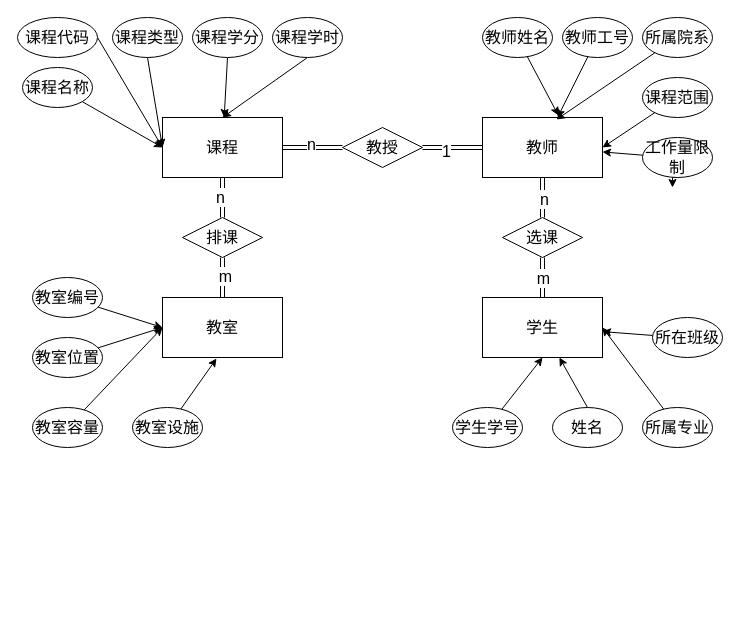
Before: 排课系统er图.drawio in runoob09/drawio, a draw.io diagram. Source tidied: cells renumbered, new cells numbered last; positions are measured from the earlier drawing's top-left corner, leaving out a move shared by most shapes. Both pictures are drawn from the tidied source at 100%, with x=0, y=0 at pixel (17, 17).
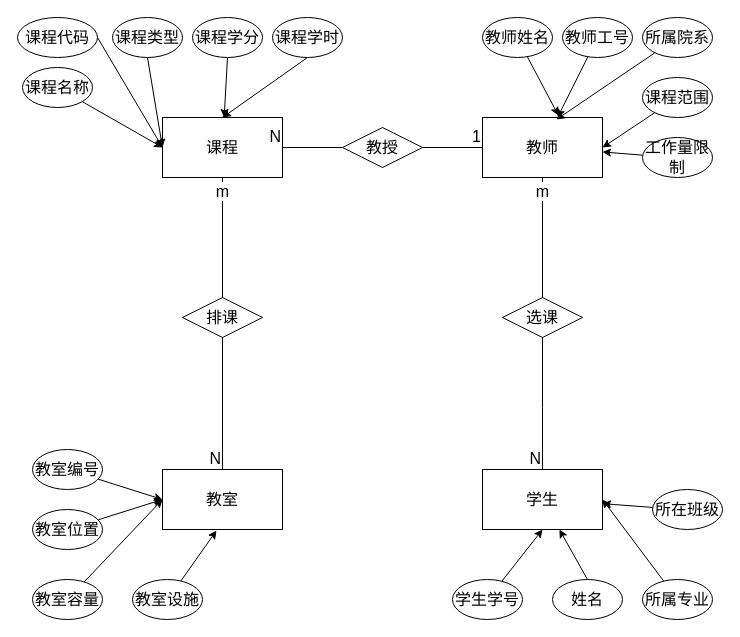
Above is the later version.

Commit message (it also covers changes not shown here):
更新排课系统er图.drawio

Unchanged cells that the change refers to:
```xml
<mxCell id="4" value="课程" style="rounded=0;whiteSpace=wrap;html=1;fontSize=16;" parent="1" vertex="1">
  <mxGeometry x="145" y="100" width="120" height="60" as="geometry" />
</mxCell>
<mxCell id="5" value="教师" style="rounded=0;whiteSpace=wrap;html=1;fontSize=16;" parent="1" vertex="1">
  <mxGeometry x="465" y="100" width="120" height="60" as="geometry" />
</mxCell>
<mxCell id="28" value="工作量限制" style="ellipse;whiteSpace=wrap;html=1;fontSize=16;" parent="1" vertex="1">
  <mxGeometry x="625" y="120" width="70" height="40" as="geometry" />
</mxCell>
```

Change to the diagram source:
```diff
@@
-    <mxCell id="2" style="edgeStyle=orthogonalEdgeStyle;rounded=0;jettySize=auto;html=1;exitX=0.5;exitY=1;exitDx=0;exitDy=0;entryX=0.5;entryY=0;entryDx=0;entryDy=0;shape=link;fontSize=16;" parent="1" edge="1" source="4" target="51">
-      <mxGeometry relative="1" as="geometry" />
-    </mxCell>
-    <mxCell id="3" value="n" style="edgeLabel;html=1;align=center;verticalAlign=middle;fontSize=16;" parent="2" vertex="1">
-      <mxGeometry x="-0.05" y="-3" relative="1" as="geometry" />
-    </mxCell>
@@
     <mxCell id="6" value="教室" style="rounded=0;whiteSpace=wrap;html=1;fontSize=16;" parent="1" vertex="1">
-      <mxGeometry x="145" y="280" width="120" height="60" as="geometry" />
+      <mxGeometry x="145" y="452" width="120" height="60" as="geometry" />
     </mxCell>
     <mxCell id="7" value="学生" style="rounded=0;whiteSpace=wrap;html=1;fontSize=16;" parent="1" vertex="1">
-      <mxGeometry x="465" y="280" width="120" height="60" as="geometry" />
+      <mxGeometry x="465" y="452" width="120" height="60" as="geometry" />
     </mxCell>
@@
-    <mxCell id="27" style="edgeStyle=orthogonalEdgeStyle;rounded=0;jettySize=auto;html=1;exitX=0.5;exitY=1;exitDx=0;exitDy=0;fontSize=16;" parent="1" edge="1" source="28">
-      <mxGeometry relative="1" as="geometry">
-        <mxPoint x="655" y="170" as="targetPoint" />
-      </mxGeometry>
-    </mxCell>
@@
     <mxCell id="30" value="学生学号" style="ellipse;whiteSpace=wrap;html=1;fontSize=16;" parent="1" vertex="1">
-      <mxGeometry x="435" y="390" width="70" height="40" as="geometry" />
+      <mxGeometry x="435" y="562" width="70" height="40" as="geometry" />
     </mxCell>
     <mxCell id="31" value="教室设施" style="ellipse;whiteSpace=wrap;html=1;fontSize=16;" parent="1" vertex="1">
-      <mxGeometry x="115" y="390" width="70" height="40" as="geometry" />
+      <mxGeometry x="115" y="562" width="70" height="40" as="geometry" />
     </mxCell>
     <mxCell id="32" style="rounded=0;jettySize=auto;html=1;fontSize=16;" parent="1" edge="1" source="33">
       <mxGeometry relative="1" as="geometry">
-        <mxPoint x="145" y="310" as="targetPoint" />
+        <mxPoint x="145" y="482" as="targetPoint" />
       </mxGeometry>
     </mxCell>
     <mxCell id="33" value="教室容量" style="ellipse;whiteSpace=wrap;html=1;fontSize=16;" parent="1" vertex="1">
-      <mxGeometry x="15" y="390" width="70" height="40" as="geometry" />
+      <mxGeometry x="15" y="562" width="70" height="40" as="geometry" />
     </mxCell>
     <mxCell id="34" style="rounded=0;jettySize=auto;html=1;fontSize=16;" parent="1" edge="1" source="35">
       <mxGeometry relative="1" as="geometry">
-        <mxPoint x="145" y="310" as="targetPoint" />
+        <mxPoint x="145" y="482" as="targetPoint" />
       </mxGeometry>
     </mxCell>
     <mxCell id="35" value="教室位置" style="ellipse;whiteSpace=wrap;html=1;fontSize=16;" parent="1" vertex="1">
-      <mxGeometry x="15" y="320" width="70" height="40" as="geometry" />
+      <mxGeometry x="15" y="492" width="70" height="40" as="geometry" />
     </mxCell>
@@
     <mxCell id="37" value="教室编号" style="ellipse;whiteSpace=wrap;html=1;fontSize=16;" parent="1" vertex="1">
-      <mxGeometry x="15" y="260" width="70" height="40" as="geometry" />
+      <mxGeometry x="15" y="432" width="70" height="40" as="geometry" />
     </mxCell>
@@
     <mxCell id="39" value="姓名" style="ellipse;whiteSpace=wrap;html=1;fontSize=16;" parent="1" vertex="1">
-      <mxGeometry x="535" y="390" width="70" height="40" as="geometry" />
+      <mxGeometry x="535" y="562" width="70" height="40" as="geometry" />
     </mxCell>
@@
     <mxCell id="41" value="所属专业" style="ellipse;whiteSpace=wrap;html=1;fontSize=16;" parent="1" vertex="1">
-      <mxGeometry x="625" y="390" width="70" height="40" as="geometry" />
+      <mxGeometry x="625" y="562" width="70" height="40" as="geometry" />
     </mxCell>
@@
     <mxCell id="43" value="所在班级" style="ellipse;whiteSpace=wrap;html=1;fontSize=16;" parent="1" vertex="1">
-      <mxGeometry x="635" y="300" width="70" height="40" as="geometry" />
+      <mxGeometry x="635" y="472" width="70" height="40" as="geometry" />
     </mxCell>
-    <mxCell id="44" style="edgeStyle=orthogonalEdgeStyle;rounded=0;jettySize=auto;html=1;exitX=0;exitY=0.5;exitDx=0;exitDy=0;shape=link;fontSize=16;" parent="1" edge="1" source="48" target="4">
-      <mxGeometry relative="1" as="geometry" />
-    </mxCell>
-    <mxCell id="45" value="n" style="edgeLabel;html=1;align=center;verticalAlign=middle;fontSize=16;" parent="44" vertex="1">
-      <mxGeometry x="0.07" y="-4" relative="1" as="geometry" />
-    </mxCell>
+    <mxCell id="48" value="教授" style="rhombus;whiteSpace=wrap;html=1;fontSize=16;" parent="1" vertex="1">
+      <mxGeometry x="325" y="110" width="80" height="40" as="geometry" />
+    </mxCell>
+    <mxCell id="51" value="排课" style="rhombus;whiteSpace=wrap;html=1;fontSize=16;" parent="1" vertex="1">
+      <mxGeometry x="165" y="280" width="80" height="40" as="geometry" />
+    </mxCell>
+    <mxCell id="56" value="选课" style="rhombus;whiteSpace=wrap;html=1;fontSize=16;" parent="1" vertex="1">
+      <mxGeometry x="485" y="280" width="80" height="40" as="geometry" />
+    </mxCell>
+    <mxCell id="57" style="rounded=0;jettySize=auto;html=1;entryX=0.45;entryY=1.017;entryDx=0;entryDy=0;entryPerimeter=0;fontSize=16;" parent="1" edge="1" source="31" target="6">
+      <mxGeometry relative="1" as="geometry" />
+    </mxCell>
-    <mxCell id="46" style="edgeStyle=orthogonalEdgeStyle;rounded=0;jettySize=auto;html=1;exitX=1;exitY=0.5;exitDx=0;exitDy=0;shape=link;fontSize=16;" parent="1" edge="1" source="48" target="5">
+    <mxCell id="46" style="endArrow=none;html=1;rounded=0;exitX=1;exitY=0.5;exitDx=0;exitDy=0;fontSize=16;" parent="1" edge="1" source="48" target="5">
       <mxGeometry relative="1" as="geometry" />
     </mxCell>
-    <mxCell id="47" value="1" style="edgeLabel;html=1;align=center;verticalAlign=middle;fontSize=16;" parent="46" vertex="1">
-      <mxGeometry x="-0.23" y="-3" relative="1" as="geometry" />
+    <mxCell id="47" value="1" style="html=1;whiteSpace=wrap;align=right;verticalAlign=bottom;fontSize=16;" parent="46" vertex="1">
+      <mxGeometry x="1" relative="1" as="geometry" />
     </mxCell>
-    <mxCell id="48" value="教授" style="rhombus;whiteSpace=wrap;html=1;fontSize=16;" parent="1" vertex="1">
-      <mxGeometry x="325" y="110" width="80" height="40" as="geometry" />
-    </mxCell>
+    <mxCell id="44" style="endArrow=none;html=1;rounded=0;exitX=0;exitY=0.5;exitDx=0;exitDy=0;entryX=1;entryY=0.5;entryDx=0;entryDy=0;fontSize=16;" parent="1" edge="1" source="48" target="4">
+      <mxGeometry relative="1" as="geometry" />
+    </mxCell>
+    <mxCell id="58" value="N" style="html=1;whiteSpace=wrap;align=right;verticalAlign=bottom;fontSize=16;" parent="44" vertex="1">
+      <mxGeometry x="1" relative="1" as="geometry" />
+    </mxCell>
-    <mxCell id="49" style="rounded=0;jettySize=auto;html=1;exitX=0.5;exitY=1;exitDx=0;exitDy=0;entryX=0.5;entryY=0;entryDx=0;entryDy=0;shape=link;fontSize=16;" parent="1" edge="1" source="51" target="6">
+    <mxCell id="49" style="endArrow=none;html=1;rounded=0;exitX=0.5;exitY=1;exitDx=0;exitDy=0;fontSize=16;" parent="1" edge="1" source="51" target="6">
       <mxGeometry relative="1" as="geometry" />
     </mxCell>
-    <mxCell id="50" value="m" style="edgeLabel;html=1;align=center;verticalAlign=middle;fontSize=16;" parent="49" vertex="1">
-      <mxGeometry x="-0.1" y="2" relative="1" as="geometry" />
-    </mxCell>
-    <mxCell id="51" value="排课" style="rhombus;whiteSpace=wrap;html=1;fontSize=16;" parent="1" vertex="1">
-      <mxGeometry x="165" y="200" width="80" height="40" as="geometry" />
-    </mxCell>
+    <mxCell id="59" value="N" style="html=1;whiteSpace=wrap;align=right;verticalAlign=bottom;fontSize=16;" parent="49" vertex="1">
+      <mxGeometry x="1" relative="1" as="geometry" />
+    </mxCell>
+    <mxCell id="60" style="endArrow=none;html=1;rounded=0;entryX=0.5;entryY=1;entryDx=0;entryDy=0;fontSize=16;" parent="1" edge="1" target="4">
+      <mxGeometry relative="1" as="geometry">
+        <mxPoint x="205" y="280" as="sourcePoint" />
+      </mxGeometry>
+    </mxCell>
+    <mxCell id="61" value="m" style="edgeLabel;html=1;align=center;verticalAlign=middle;fontSize=16;" parent="60" vertex="1">
+      <mxGeometry x="0.78" y="1" relative="1" as="geometry" />
+    </mxCell>
-    <mxCell id="52" style="rounded=0;jettySize=auto;html=1;shape=link;fontSize=16;" parent="1" edge="1" source="56" target="7">
-      <mxGeometry relative="1" as="geometry" />
+    <mxCell id="52" style="endArrow=none;html=1;rounded=0;exitX=0.5;exitY=1;exitDx=0;exitDy=0;entryX=0.5;entryY=0;entryDx=0;entryDy=0;fontSize=16;" parent="1" edge="1" source="56" target="7">
+      <mxGeometry relative="1" as="geometry">
+        <Array as="points">
+          <mxPoint x="525" y="390" />
+        </Array>
+      </mxGeometry>
     </mxCell>
-    <mxCell id="53" value="m" style="edgeLabel;html=1;align=center;verticalAlign=middle;fontSize=16;" parent="52" vertex="1">
-      <mxGeometry relative="1" as="geometry" />
-    </mxCell>
+    <mxCell id="62" value="N" style="html=1;whiteSpace=wrap;align=right;verticalAlign=bottom;fontSize=16;" parent="52" vertex="1">
+      <mxGeometry x="1" relative="1" as="geometry" />
+    </mxCell>
-    <mxCell id="54" style="rounded=0;jettySize=auto;html=1;shape=link;fontSize=16;" parent="1" edge="1" source="56" target="5">
+    <mxCell id="54" style="endArrow=none;html=1;rounded=0;entryX=0.5;entryY=1;entryDx=0;entryDy=0;exitX=0.5;exitY=0;exitDx=0;exitDy=0;fontSize=16;" parent="1" edge="1" source="56" target="5">
       <mxGeometry relative="1" as="geometry" />
     </mxCell>
-    <mxCell id="55" value="n" style="edgeLabel;html=1;align=center;verticalAlign=middle;fontSize=16;" parent="54" vertex="1">
-      <mxGeometry x="-0.05" y="-1" relative="1" as="geometry" />
-    </mxCell>
-    <mxCell id="56" value="选课" style="rhombus;whiteSpace=wrap;html=1;fontSize=16;" parent="1" vertex="1">
-      <mxGeometry x="485" y="200" width="80" height="40" as="geometry" />
-    </mxCell>
-    <mxCell id="57" style="rounded=0;jettySize=auto;html=1;entryX=0.45;entryY=1.017;entryDx=0;entryDy=0;entryPerimeter=0;fontSize=16;" parent="1" edge="1" source="31" target="6">
-      <mxGeometry relative="1" as="geometry" />
-    </mxCell>
+    <mxCell id="63" value="m" style="edgeLabel;html=1;align=center;verticalAlign=middle;fontSize=16;" parent="54" vertex="1">
+      <mxGeometry x="0.78" y="1" relative="1" as="geometry" />
+    </mxCell>
```
